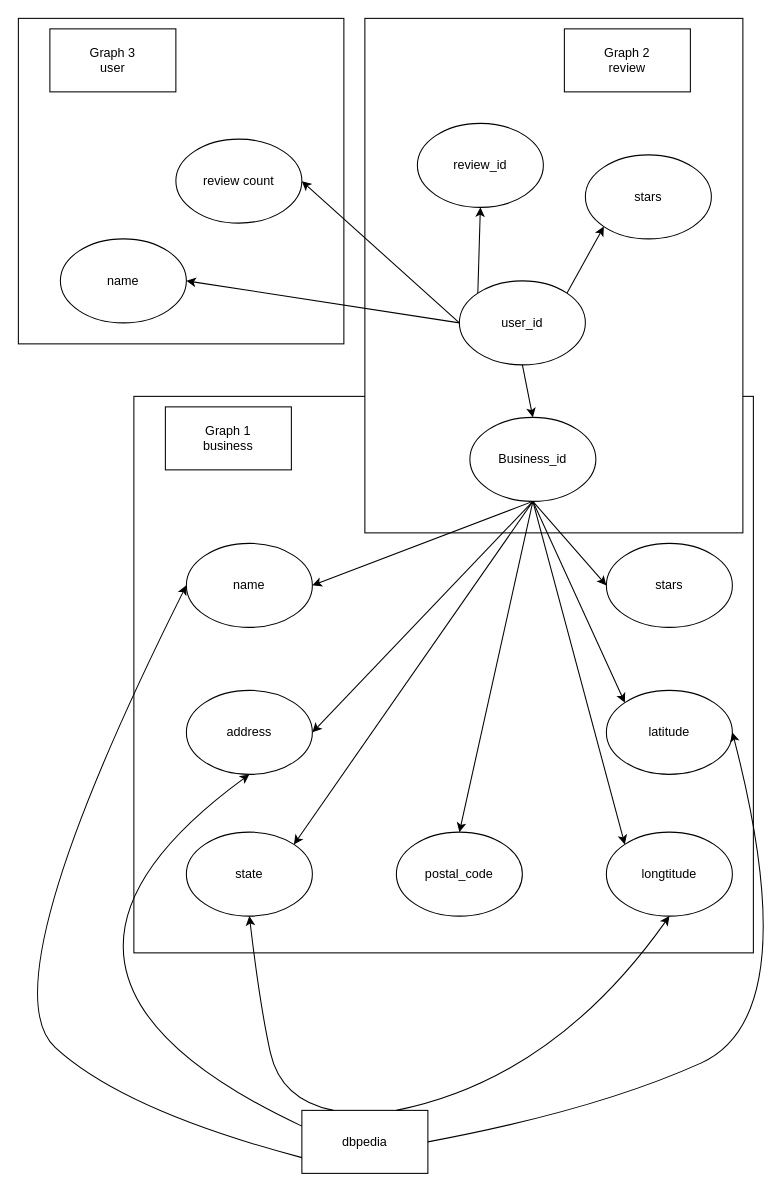
Above: schema mapping/first version.drawio in AAU-WebDataScience/F22-DV4-03 (draw.io), before the change. Source tidied: cells renumbered, new cells numbered last; positions are measured from the earlier drawing's top-left corner, leaving out a move shared by most shapes. Both pictures are drawn from the tidied source at 105%, with x=0, y=0 at pixel (-24, 18).
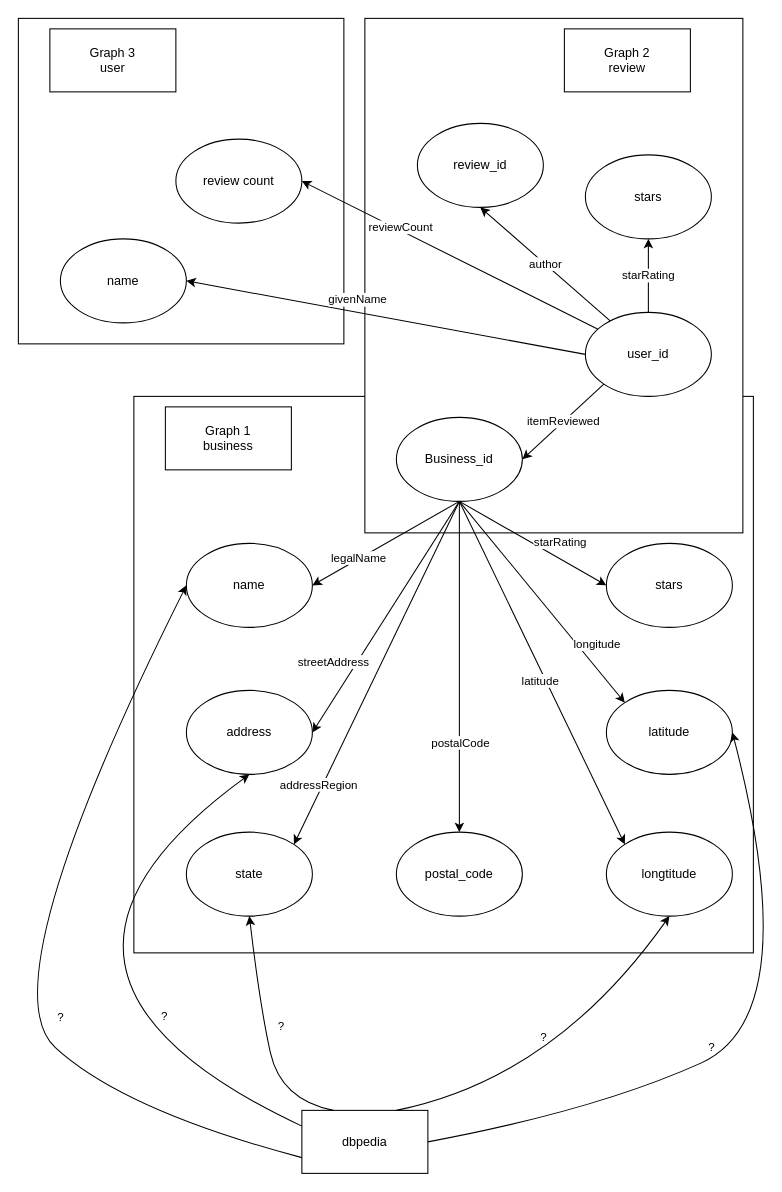
After the change.

The change refers to these unchanged cells:
```xml
<mxCell id="6" value="name" style="ellipse;whiteSpace=wrap;html=1;" parent="1" vertex="1">
  <mxGeometry x="200" y="500" width="120" height="80" as="geometry" />
</mxCell>
<mxCell id="8" value="address" style="ellipse;whiteSpace=wrap;html=1;" parent="1" vertex="1">
  <mxGeometry x="200" y="640" width="120" height="80" as="geometry" />
</mxCell>
<mxCell id="9" value="state" style="ellipse;whiteSpace=wrap;html=1;" parent="1" vertex="1">
  <mxGeometry x="200" y="775" width="120" height="80" as="geometry" />
</mxCell>
<mxCell id="10" value="postal_code" style="ellipse;whiteSpace=wrap;html=1;" parent="1" vertex="1">
  <mxGeometry x="400" y="775" width="120" height="80" as="geometry" />
</mxCell>
<mxCell id="12" value="longtitude" style="ellipse;whiteSpace=wrap;html=1;" parent="1" vertex="1">
  <mxGeometry x="600" y="775" width="120" height="80" as="geometry" />
</mxCell>
<mxCell id="13" value="latitude" style="ellipse;whiteSpace=wrap;html=1;" parent="1" vertex="1">
  <mxGeometry x="600" y="640" width="120" height="80" as="geometry" />
</mxCell>
<mxCell id="14" style="endArrow=classic;html=1;rounded=0;exitX=0.5;exitY=1;exitDx=0;exitDy=0;entryX=1;entryY=0.5;entryDx=0;entryDy=0;" parent="1" edge="1" source="5" target="6">
  <mxGeometry relative="1" as="geometry" />
</mxCell>
<mxCell id="16" style="endArrow=classic;html=1;rounded=0;exitX=0.5;exitY=1;exitDx=0;exitDy=0;entryX=1;entryY=0;entryDx=0;entryDy=0;" parent="1" edge="1" source="5" target="9">
  <mxGeometry relative="1" as="geometry" />
</mxCell>
<mxCell id="20" style="endArrow=classic;html=1;rounded=0;exitX=0.5;exitY=1;exitDx=0;exitDy=0;entryX=0;entryY=0.5;entryDx=0;entryDy=0;" parent="1" edge="1" source="5" target="7">
  <mxGeometry relative="1" as="geometry" />
</mxCell>
<mxCell id="22" value="review_id" style="ellipse;whiteSpace=wrap;html=1;" parent="1" vertex="1">
  <mxGeometry x="420" y="100" width="120" height="80" as="geometry" />
</mxCell>
<mxCell id="23" value="stars" style="ellipse;whiteSpace=wrap;html=1;" parent="1" vertex="1">
  <mxGeometry x="580" y="130" width="120" height="80" as="geometry" />
</mxCell>
<mxCell id="29" value="review count" style="ellipse;whiteSpace=wrap;html=1;" parent="1" vertex="1">
  <mxGeometry x="190" y="115" width="120" height="80" as="geometry" />
</mxCell>
<mxCell id="30" style="endArrow=classic;html=1;rounded=0;exitX=0;exitY=0.5;exitDx=0;exitDy=0;entryX=1;entryY=0.5;entryDx=0;entryDy=0;" parent="1" edge="1" source="21" target="28">
  <mxGeometry relative="1" as="geometry" />
</mxCell>
<mxCell id="33" value="dbpedia" style="rounded=0;whiteSpace=wrap;html=1;" parent="1" vertex="1">
  <mxGeometry x="310" y="1040" width="120" height="60" as="geometry" />
</mxCell>
```

The edit, as a diff of the source:
```diff
@@
     <mxCell id="5" value="Business_id" style="ellipse;whiteSpace=wrap;html=1;" parent="1" vertex="1">
-      <mxGeometry x="470" y="380" width="120" height="80" as="geometry" />
+      <mxGeometry x="400" y="380" width="120" height="80" as="geometry" />
     </mxCell>
@@
+    <mxCell id="39" value="legalName" style="edgeLabel;html=1;align=center;verticalAlign=middle;" parent="14" vertex="1">
+      <mxGeometry x="0.36" y="-1" relative="1" as="geometry" />
+    </mxCell>
-    <mxCell id="15" style="endArrow=classic;html=1;rounded=0;exitX=0.5;exitY=1;exitDx=0;exitDy=0;entryX=1;entryY=0.5;entryDx=0;entryDy=0;" parent="1" edge="1" source="5" target="8">
-      <mxGeometry relative="1" as="geometry" />
+    <mxCell id="15" value="streetAddress" style="endArrow=classic;html=1;rounded=0;exitX=0.5;exitY=1;exitDx=0;exitDy=0;entryX=1;entryY=0.5;entryDx=0;entryDy=0;" parent="1" edge="1" source="5" target="8">
+      <mxGeometry x="0.49" y="-19" relative="1" as="geometry" />
     </mxCell>
@@
+    <mxCell id="40" value="addressRegion" style="edgeLabel;html=1;align=center;verticalAlign=middle;" parent="16" vertex="1">
+      <mxGeometry x="0.27" y="5" relative="1" as="geometry">
+        <mxPoint x="-39" y="60" as="offset" />
+      </mxGeometry>
+    </mxCell>
-    <mxCell id="17" style="endArrow=classic;html=1;rounded=0;exitX=0.5;exitY=1;exitDx=0;exitDy=0;entryX=0.5;entryY=0;entryDx=0;entryDy=0;" parent="1" edge="1" source="5" target="10">
-      <mxGeometry relative="1" as="geometry" />
+    <mxCell id="17" value="postalCode" style="endArrow=classic;html=1;rounded=0;exitX=0.5;exitY=1;exitDx=0;exitDy=0;entryX=0.5;entryY=0;entryDx=0;entryDy=0;" parent="1" edge="1" source="5" target="10">
+      <mxGeometry x="0.46" y="1" relative="1" as="geometry" />
     </mxCell>
-    <mxCell id="18" style="endArrow=classic;html=1;rounded=0;exitX=0.5;exitY=1;exitDx=0;exitDy=0;entryX=0;entryY=0;entryDx=0;entryDy=0;" parent="1" edge="1" source="5" target="12">
-      <mxGeometry relative="1" as="geometry" />
+    <mxCell id="18" value="latitude" style="endArrow=classic;html=1;rounded=0;exitX=0.5;exitY=1;exitDx=0;exitDy=0;entryX=0;entryY=0;entryDx=0;entryDy=0;" parent="1" edge="1" source="5" target="12">
+      <mxGeometry x="0.03" y="-5" relative="1" as="geometry" />
     </mxCell>
-    <mxCell id="19" style="endArrow=classic;html=1;rounded=0;exitX=0.5;exitY=1;exitDx=0;exitDy=0;entryX=0;entryY=0;entryDx=0;entryDy=0;" parent="1" edge="1" source="5" target="13">
-      <mxGeometry relative="1" as="geometry" />
+    <mxCell id="19" value="longitude" style="endArrow=classic;html=1;rounded=0;exitX=0.5;exitY=1;exitDx=0;exitDy=0;entryX=0;entryY=0;entryDx=0;entryDy=0;" parent="1" edge="1" source="5" target="13">
+      <mxGeometry x="0.52" y="15" relative="1" as="geometry">
+        <mxPoint x="-1" as="offset" />
+      </mxGeometry>
     </mxCell>
@@
+    <mxCell id="41" value="starRating" style="edgeLabel;html=1;align=center;verticalAlign=middle;" parent="20" vertex="1">
+      <mxGeometry x="0.31" y="3" relative="1" as="geometry">
+        <mxPoint x="2" y="-11" as="offset" />
+      </mxGeometry>
+    </mxCell>
     <mxCell id="21" value="user_id" style="ellipse;whiteSpace=wrap;html=1;" parent="1" vertex="1">
-      <mxGeometry x="460" y="250" width="120" height="80" as="geometry" />
+      <mxGeometry x="580" y="280" width="120" height="80" as="geometry" />
     </mxCell>
@@
-    <mxCell id="24" style="endArrow=classic;html=1;rounded=0;exitX=0.5;exitY=1;exitDx=0;exitDy=0;entryX=0.5;entryY=0;entryDx=0;entryDy=0;" parent="1" edge="1" source="21" target="5">
+    <mxCell id="24" value="itemReviewed" style="endArrow=classic;html=1;rounded=0;exitX=0;exitY=1;exitDx=0;exitDy=0;entryX=1;entryY=0.5;entryDx=0;entryDy=0;" parent="1" edge="1" source="21" target="5">
       <mxGeometry relative="1" as="geometry" />
     </mxCell>
-    <mxCell id="25" style="endArrow=classic;html=1;rounded=0;exitX=0;exitY=0;exitDx=0;exitDy=0;entryX=0.5;entryY=1;entryDx=0;entryDy=0;" parent="1" edge="1" source="21" target="22">
+    <mxCell id="25" value="author" style="endArrow=classic;html=1;rounded=0;entryX=0.5;entryY=1;entryDx=0;entryDy=0;" parent="1" edge="1" source="21" target="22">
       <mxGeometry relative="1" as="geometry" />
     </mxCell>
-    <mxCell id="26" style="endArrow=classic;html=1;rounded=0;exitX=1;exitY=0;exitDx=0;exitDy=0;entryX=0;entryY=1;entryDx=0;entryDy=0;" parent="1" edge="1" source="21" target="23">
+    <mxCell id="26" value="starRating" style="endArrow=classic;html=1;rounded=0;exitX=0.5;exitY=0;exitDx=0;exitDy=0;entryX=0.5;entryY=1;entryDx=0;entryDy=0;" parent="1" edge="1" source="21" target="23">
       <mxGeometry relative="1" as="geometry" />
     </mxCell>
@@
+    <mxCell id="42" value="givenName" style="edgeLabel;html=1;align=center;verticalAlign=middle;" parent="30" vertex="1">
+      <mxGeometry x="-0.23" y="3" relative="1" as="geometry">
+        <mxPoint x="-70" y="-28" as="offset" />
+      </mxGeometry>
+    </mxCell>
-    <mxCell id="31" style="endArrow=classic;html=1;rounded=0;exitX=0;exitY=0.5;exitDx=0;exitDy=0;entryX=1;entryY=0.5;entryDx=0;entryDy=0;" parent="1" edge="1" source="21" target="29">
+    <mxCell id="31" style="endArrow=classic;html=1;rounded=0;entryX=1;entryY=0.5;entryDx=0;entryDy=0;" parent="1" edge="1" source="21" target="29">
       <mxGeometry relative="1" as="geometry" />
     </mxCell>
+    <mxCell id="43" value="reviewCount" style="edgeLabel;html=1;align=center;verticalAlign=middle;" parent="31" vertex="1">
+      <mxGeometry x="0.2" y="3" relative="1" as="geometry">
+        <mxPoint x="-18" y="-16" as="offset" />
+      </mxGeometry>
+    </mxCell>
@@
-    <mxCell id="34" style="curved=1;endArrow=classic;html=1;rounded=0;entryX=0.5;entryY=1;entryDx=0;entryDy=0;exitX=0.25;exitY=0;exitDx=0;exitDy=0;" parent="1" edge="1" source="33" target="9">
-      <mxGeometry relative="1" as="geometry">
+    <mxCell id="34" value="?" style="curved=1;endArrow=classic;html=1;rounded=0;entryX=0.5;entryY=1;entryDx=0;entryDy=0;exitX=0.25;exitY=0;exitDx=0;exitDy=0;" parent="1" edge="1" source="33" target="9">
+      <mxGeometry x="0.04" y="-15" relative="1" as="geometry">
         <Array as="points">
           <mxPoint x="290" y="1030" />
           <mxPoint x="270" y="940" />
         </Array>
       </mxGeometry>
     </mxCell>
-    <mxCell id="35" style="curved=1;endArrow=classic;html=1;rounded=0;entryX=0.5;entryY=1;entryDx=0;entryDy=0;exitX=0;exitY=0.25;exitDx=0;exitDy=0;" parent="1" edge="1" source="33" target="8">
-      <mxGeometry relative="1" as="geometry">
+    <mxCell id="35" value="?" style="curved=1;endArrow=classic;html=1;rounded=0;entryX=0.5;entryY=1;entryDx=0;entryDy=0;exitX=0;exitY=0.25;exitDx=0;exitDy=0;" parent="1" edge="1" source="33" target="8">
+      <mxGeometry x="-0.51" y="-40" relative="1" as="geometry">
         <Array as="points">
           <mxPoint y="910" />
         </Array>
       </mxGeometry>
     </mxCell>
-    <mxCell id="36" style="curved=1;endArrow=classic;html=1;rounded=0;entryX=0;entryY=0.5;entryDx=0;entryDy=0;exitX=0;exitY=0.75;exitDx=0;exitDy=0;" parent="1" edge="1" source="33" target="6">
-      <mxGeometry relative="1" as="geometry">
+    <mxCell id="36" value="?" style="curved=1;endArrow=classic;html=1;rounded=0;entryX=0;entryY=0.5;entryDx=0;entryDy=0;exitX=0;exitY=0.75;exitDx=0;exitDy=0;" parent="1" edge="1" source="33" target="6">
+      <mxGeometry x="-0.28" y="-25" relative="1" as="geometry">
         <Array as="points">
           <mxPoint x="140" y="1040" />
           <mxPoint x="10" y="920" />
         </Array>
       </mxGeometry>
     </mxCell>
-    <mxCell id="37" style="curved=1;endArrow=classic;html=1;rounded=0;exitX=0.75;exitY=0;exitDx=0;exitDy=0;entryX=0.5;entryY=1;entryDx=0;entryDy=0;" parent="1" edge="1" source="33" target="12">
-      <mxGeometry relative="1" as="geometry">
+    <mxCell id="37" value="?" style="curved=1;endArrow=classic;html=1;rounded=0;exitX=0.75;exitY=0;exitDx=0;exitDy=0;entryX=0.5;entryY=1;entryDx=0;entryDy=0;" parent="1" edge="1" source="33" target="12">
+      <mxGeometry x="0.05" y="31" relative="1" as="geometry">
         <Array as="points">
           <mxPoint x="550" y="1010" />
         </Array>
       </mxGeometry>
     </mxCell>
-    <mxCell id="38" style="curved=1;endArrow=classic;html=1;rounded=0;entryX=1;entryY=0.5;entryDx=0;entryDy=0;exitX=1;exitY=0.5;exitDx=0;exitDy=0;" parent="1" edge="1" source="33" target="13">
-      <mxGeometry relative="1" as="geometry">
+    <mxCell id="38" value="?" style="curved=1;endArrow=classic;html=1;rounded=0;entryX=1;entryY=0.5;entryDx=0;entryDy=0;exitX=1;exitY=0.5;exitDx=0;exitDy=0;" parent="1" edge="1" source="33" target="13">
+      <mxGeometry x="-0.13" y="10" relative="1" as="geometry">
         <Array as="points">
           <mxPoint x="590" y="1040" />
           <mxPoint x="790" y="950" />
         </Array>
+        <mxPoint y="1" as="offset" />
       </mxGeometry>
     </mxCell>
```
